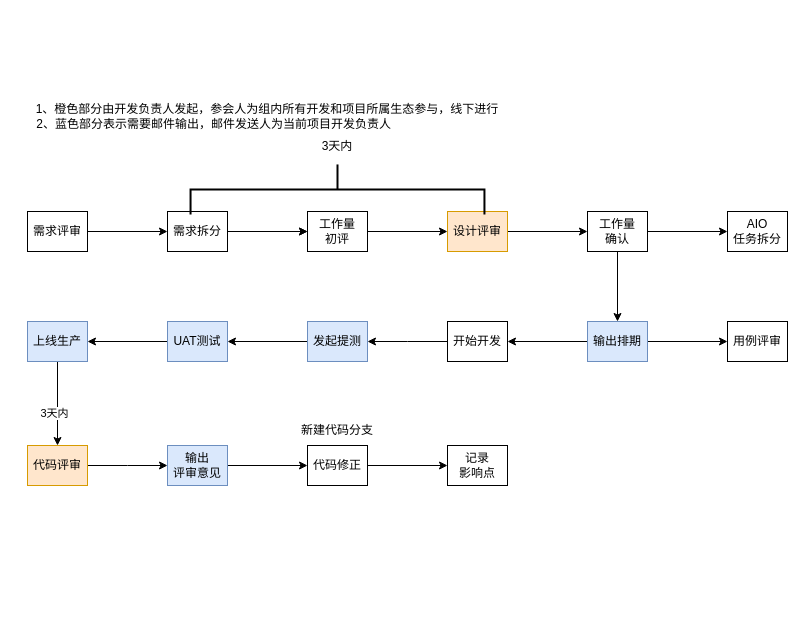
Before: develop-sop.drawio in zhouwenxing/draw.io, a draw.io diagram. Source tidied: cells renumbered, new cells numbered last; positions are measured from the earlier drawing's top-left corner, leaving out a move shared by most shapes. Both pictures are drawn from the tidied source at 100%, with x=0, y=0 at pixel (27, 42).
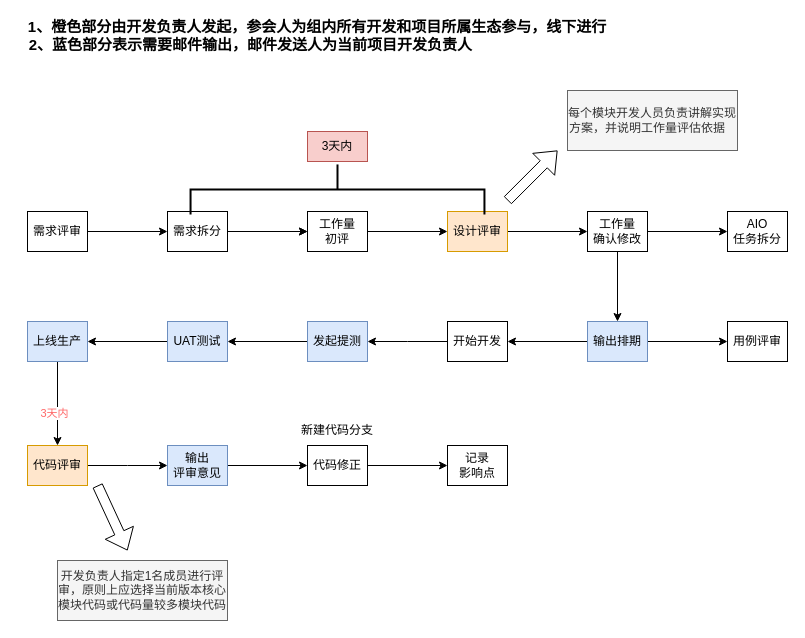
Above is the later version.

Unchanged cells that the change refers to:
```xml
<mxCell id="24" style="edgeStyle=orthogonalEdgeStyle;rounded=0;jettySize=auto;html=1;" parent="1" edge="1" source="26" target="28">
  <mxGeometry relative="1" as="geometry" />
</mxCell>
```

What changed in the source:
```diff
@@
-    <mxCell id="13" value="工作量&lt;br&gt;确认" style="rounded=0;whiteSpace=wrap;html=1;" parent="1" vertex="1">
+    <mxCell id="13" value="工作量&lt;br&gt;确认修改" style="rounded=0;whiteSpace=wrap;html=1;" parent="1" vertex="1">
       <mxGeometry x="560" y="169" width="60" height="40" as="geometry" />
     </mxCell>
@@
-    <mxCell id="25" value="3天内" style="edgeLabel;html=1;align=center;verticalAlign=middle;" parent="24" vertex="1">
+    <mxCell id="25" value="3天内" style="edgeLabel;html=1;align=center;verticalAlign=middle;fontColor=#FF6666;" parent="24" vertex="1">
       <mxGeometry x="0.21" y="-4" relative="1" as="geometry" />
     </mxCell>
@@
-    <mxCell id="37" value="3天内" style="text;html=1;strokeColor=none;fillColor=none;align=center;verticalAlign=middle;whiteSpace=wrap;rounded=0;" parent="1" vertex="1">
+    <mxCell id="37" value="3天内" style="text;html=1;strokeColor=#b85450;fillColor=#f8cecc;align=center;verticalAlign=middle;whiteSpace=wrap;rounded=0;" parent="1" vertex="1">
       <mxGeometry x="280" y="89" width="60" height="30" as="geometry" />
     </mxCell>
-    <mxCell id="38" value="1、橙色部分由开发负责人发起，参会人为组内所有开发和项目所属生态参与，线下进行&lt;br&gt;&amp;nbsp;2、蓝色部分表示需要邮件输出，邮件发送人为当前项目开发负责人&amp;nbsp; &amp;nbsp; &amp;nbsp; &amp;nbsp; &amp;nbsp; &amp;nbsp; &amp;nbsp; &amp;nbsp; &amp;nbsp; &amp;nbsp; &amp;nbsp; &amp;nbsp; &amp;nbsp; &amp;nbsp; &amp;nbsp; &amp;nbsp; &amp;nbsp;" style="text;html=1;strokeColor=none;fillColor=none;align=center;verticalAlign=middle;whiteSpace=wrap;rounded=0;" parent="1" vertex="1">
-      <mxGeometry y="59" width="480" height="30" as="geometry" />
+    <mxCell id="38" value="1、橙色部分由开发负责人发起，参会人为组内所有开发和项目所属生态参与，线下进行&lt;br style=&quot;font-size: 15px;&quot;&gt;&amp;nbsp;2、蓝色部分表示需要邮件输出，邮件发送人为当前项目开发负责人&amp;nbsp; &amp;nbsp; &amp;nbsp; &amp;nbsp; &amp;nbsp; &amp;nbsp; &amp;nbsp; &amp;nbsp; &amp;nbsp; &amp;nbsp; &amp;nbsp; &amp;nbsp; &amp;nbsp; &amp;nbsp; &amp;nbsp; &amp;nbsp; &amp;nbsp;" style="text;html=1;strokeColor=none;fillColor=none;align=center;verticalAlign=middle;whiteSpace=wrap;rounded=0;fontStyle=1;fontSize=15;" parent="1" vertex="1">
+      <mxGeometry x="-10" y="-22" width="600" height="30" as="geometry" />
     </mxCell>
+    <mxCell id="39" style="shape=flexArrow;endArrow=classic;html=1;rounded=0;" parent="1" edge="1">
+      <mxGeometry relative="1" as="geometry">
+        <mxPoint x="480" y="158" as="sourcePoint" />
+        <mxPoint x="530" y="108" as="targetPoint" />
+      </mxGeometry>
+    </mxCell>
+    <mxCell id="40" value="每个模块开发人员负责讲解实现方案，并说明工作量评估依据&amp;nbsp; &amp;nbsp;" style="rounded=0;whiteSpace=wrap;html=1;fillColor=#f5f5f5;fontColor=#333333;strokeColor=#666666;" parent="1" vertex="1">
+      <mxGeometry x="540" y="48" width="170" height="60" as="geometry" />
+    </mxCell>
+    <mxCell id="41" style="shape=flexArrow;endArrow=classic;html=1;rounded=0;" parent="1" edge="1">
+      <mxGeometry relative="1" as="geometry">
+        <mxPoint x="70" y="443" as="sourcePoint" />
+        <mxPoint x="100" y="508" as="targetPoint" />
+      </mxGeometry>
+    </mxCell>
+    <mxCell id="42" value="开发负责人指定1名成员进行评审，原则上应选择当前版本核心模块代码或代码量较多模块代码" style="rounded=0;whiteSpace=wrap;html=1;fillColor=#f5f5f5;fontColor=#333333;strokeColor=#666666;" parent="1" vertex="1">
+      <mxGeometry x="30" y="518" width="170" height="60" as="geometry" />
+    </mxCell>
```
